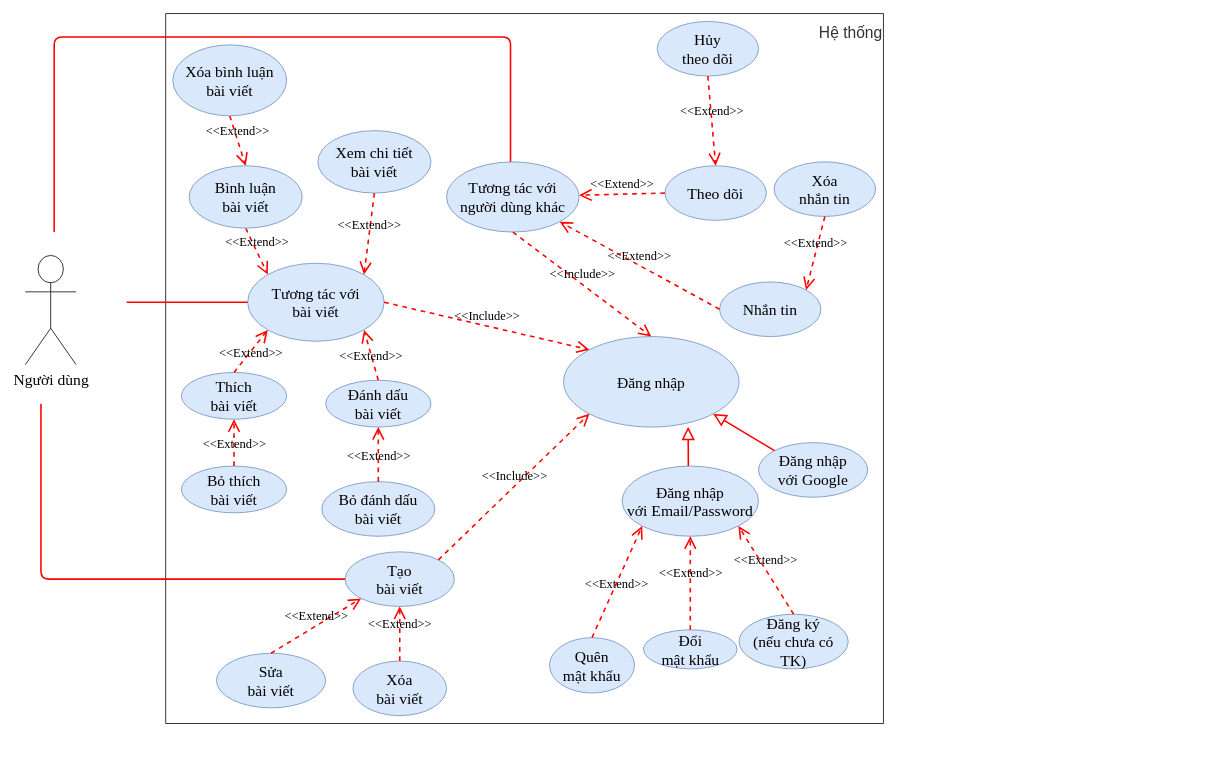
Above: page "UseCase" (2 of 24) of SoDo.drawio in haota1307/project-twitter (draw.io), before the change. Source tidied: cells renumbered, new cells numbered last; positions are measured from the earlier drawing's top-left corner, leaving out a move shared by most shapes. Both pictures are drawn from the tidied source at 78%, with x=0, y=0 at pixel (25, 13).
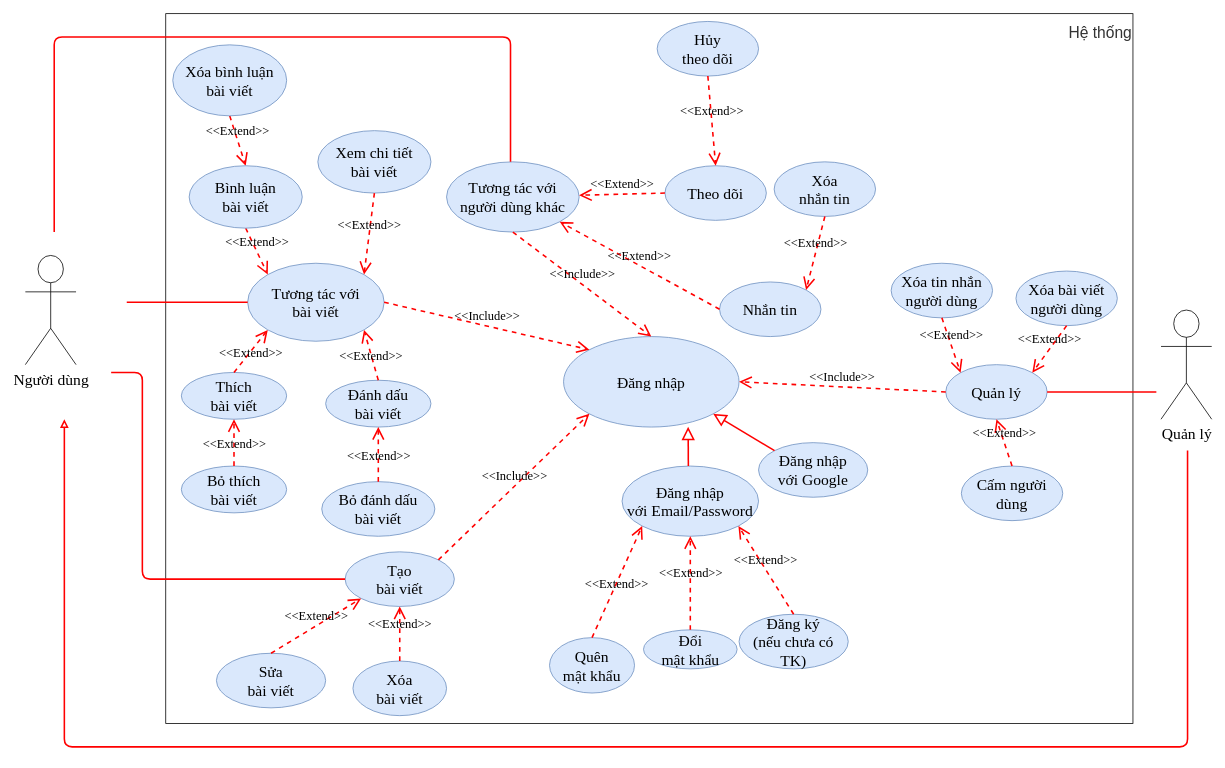
After the change.

The change refers to these unchanged cells:
```xml
<mxCell id="4" value="&lt;font style=&quot;font-size: 20px;&quot; color=&quot;#000000&quot;&gt;Tạo&lt;br&gt;bài viết&lt;/font&gt;" style="ellipse;whiteSpace=wrap;html=1;fontFamily=Times New Roman;fillColor=#dae8fc;strokeColor=#6c8ebf;" parent="1" vertex="1">
  <mxGeometry x="410" y="690" width="140" height="70" as="geometry" />
</mxCell>
<mxCell id="5" value="&lt;font style=&quot;font-size: 20px;&quot;&gt;Đăng nhập&lt;/font&gt;" style="ellipse;whiteSpace=wrap;html=1;fontFamily=Times New Roman;fillColor=#dae8fc;strokeColor=#6c8ebf;fontColor=#000000;" parent="1" vertex="1">
  <mxGeometry x="690" y="414" width="225" height="116" as="geometry" />
</mxCell>
```

Diff of the diagram source:
```diff
@@
     <mxCell id="2" value="&lt;p style=&quot;line-height: 100%;&quot;&gt;&lt;font style=&quot;font-size: 20px;&quot; color=&quot;#333333&quot;&gt;Hệ thống&lt;/font&gt;&lt;/p&gt;" style="html=1;fillColor=#FFFFFF;align=right;verticalAlign=top;horizontal=1;strokeColor=#000000;" parent="1" vertex="1">
-      <mxGeometry x="180" width="920" height="910" as="geometry" />
+      <mxGeometry x="180" width="1240" height="910" as="geometry" />
     </mxCell>
@@
     <mxCell id="6" style="endArrow=none;html=1;edgeStyle=orthogonalEdgeStyle;fontFamily=Times New Roman;fontSize=20;fontColor=#000000;strokeColor=#FF0000;strokeWidth=2;entryX=0;entryY=0.5;entryDx=0;entryDy=0;" parent="1" edge="1" target="4">
       <mxGeometry relative="1" as="geometry">
-        <mxPoint x="20" y="500" as="sourcePoint" />
+        <mxPoint x="110" y="460" as="sourcePoint" />
         <Array as="points">
-          <mxPoint x="20" y="725" />
+          <mxPoint x="150" y="460" />
+          <mxPoint x="150" y="725" />
         </Array>
       </mxGeometry>
     </mxCell>
@@
+    <mxCell id="50" value="&lt;font face=&quot;Times New Roman&quot;&gt;Quản lý&lt;/font&gt;" style="shape=umlActor;verticalLabelPosition=bottom;verticalAlign=top;html=1;hachureGap=4;strokeColor=#000000;fontFamily=Architects Daughter;fontSize=20;fontColor=#000000;fillColor=none;" parent="1" vertex="1">
+      <mxGeometry x="1456" y="380" width="65" height="140" as="geometry" />
+    </mxCell>
+    <mxCell id="51" style="endArrow=block;html=1;edgeStyle=orthogonalEdgeStyle;fontFamily=Times New Roman;fontSize=20;fontColor=#000000;strokeColor=#FF0000;strokeWidth=2;endFill=0;startSize=12;" parent="1" edge="1">
+      <mxGeometry relative="1" as="geometry">
+        <mxPoint x="1490" y="560" as="sourcePoint" />
+        <mxPoint x="50" y="520" as="targetPoint" />
+        <Array as="points">
+          <mxPoint x="1490" y="560" />
+          <mxPoint x="1490" y="940" />
+          <mxPoint x="50" y="940" />
+        </Array>
+      </mxGeometry>
+    </mxCell>
+    <mxCell id="52" value="&lt;font color=&quot;#000000&quot;&gt;&lt;span style=&quot;font-size: 20px;&quot;&gt;Quản lý&lt;br&gt;&lt;/span&gt;&lt;/font&gt;" style="ellipse;whiteSpace=wrap;html=1;fontFamily=Times New Roman;fillColor=#dae8fc;strokeColor=#6c8ebf;" parent="1" vertex="1">
+      <mxGeometry x="1180" y="450" width="130" height="70" as="geometry" />
+    </mxCell>
+    <mxCell id="53" value="&lt;font style=&quot;font-size: 16px;&quot;&gt;&amp;lt;&amp;lt;Include&amp;gt;&amp;gt;&lt;/font&gt;" style="endArrow=open;endSize=12;dashed=1;html=1;labelBackgroundColor=none;strokeColor=#FF0000;strokeWidth=2;fontFamily=Times New Roman;fontSize=20;fontColor=none;verticalAlign=bottom;exitX=0;exitY=0.5;exitDx=0;exitDy=0;entryX=1;entryY=0.5;entryDx=0;entryDy=0;" parent="1" edge="1" source="52" target="5">
+      <mxGeometry relative="1" as="geometry" />
+    </mxCell>
+    <mxCell id="54" style="endArrow=none;html=1;edgeStyle=orthogonalEdgeStyle;fontFamily=Times New Roman;fontSize=20;fontColor=#000000;strokeColor=#FF0000;strokeWidth=2;entryX=1;entryY=0.5;entryDx=0;entryDy=0;" parent="1" edge="1" target="52">
+      <mxGeometry relative="1" as="geometry">
+        <mxPoint x="1450" y="485" as="sourcePoint" />
+        <Array as="points">
+          <mxPoint x="1450" y="485" />
+        </Array>
+      </mxGeometry>
+    </mxCell>
+    <mxCell id="55" value="&lt;font color=&quot;#000000&quot;&gt;&lt;span style=&quot;font-size: 20px;&quot;&gt;Xóa tin nhắn&lt;br&gt;người dùng&lt;br&gt;&lt;/span&gt;&lt;/font&gt;" style="ellipse;whiteSpace=wrap;html=1;fontFamily=Times New Roman;fillColor=#dae8fc;strokeColor=#6c8ebf;" parent="1" vertex="1">
+      <mxGeometry x="1110" y="320" width="130" height="70" as="geometry" />
+    </mxCell>
+    <mxCell id="56" value="&lt;font color=&quot;#000000&quot;&gt;&lt;span style=&quot;font-size: 20px;&quot;&gt;Xóa bài viết&lt;br&gt;người dùng&lt;br&gt;&lt;/span&gt;&lt;/font&gt;" style="ellipse;whiteSpace=wrap;html=1;fontFamily=Times New Roman;fillColor=#dae8fc;strokeColor=#6c8ebf;" parent="1" vertex="1">
+      <mxGeometry x="1270" y="330" width="130" height="70" as="geometry" />
+    </mxCell>
+    <mxCell id="57" value="&lt;font color=&quot;#000000&quot;&gt;&lt;span style=&quot;font-size: 20px;&quot;&gt;Cấm người dùng&lt;br&gt;&lt;/span&gt;&lt;/font&gt;" style="ellipse;whiteSpace=wrap;html=1;fontFamily=Times New Roman;fillColor=#dae8fc;strokeColor=#6c8ebf;" parent="1" vertex="1">
+      <mxGeometry x="1200" y="580" width="130" height="70" as="geometry" />
+    </mxCell>
+    <mxCell id="58" value="&lt;font style=&quot;font-size: 16px;&quot;&gt;&amp;lt;&amp;lt;Extend&amp;gt;&amp;gt;&lt;/font&gt;" style="endArrow=open;endSize=12;dashed=1;html=1;labelBackgroundColor=none;strokeColor=#FF0000;strokeWidth=2;fontFamily=Times New Roman;fontSize=20;fontColor=none;verticalAlign=bottom;exitX=0.5;exitY=0;exitDx=0;exitDy=0;entryX=0.5;entryY=1;entryDx=0;entryDy=0;" parent="1" edge="1" source="57" target="52">
+      <mxGeometry relative="1" as="geometry" />
+    </mxCell>
+    <mxCell id="59" value="&lt;font style=&quot;font-size: 16px;&quot;&gt;&amp;lt;&amp;lt;Extend&amp;gt;&amp;gt;&lt;/font&gt;" style="endArrow=open;endSize=12;dashed=1;html=1;labelBackgroundColor=none;strokeColor=#FF0000;strokeWidth=2;fontFamily=Times New Roman;fontSize=20;fontColor=none;verticalAlign=bottom;exitX=0.5;exitY=1;exitDx=0;exitDy=0;entryX=1;entryY=0;entryDx=0;entryDy=0;" parent="1" edge="1" source="56" target="52">
+      <mxGeometry relative="1" as="geometry" />
+    </mxCell>
+    <mxCell id="60" value="&lt;font style=&quot;font-size: 16px;&quot;&gt;&amp;lt;&amp;lt;Extend&amp;gt;&amp;gt;&lt;/font&gt;" style="endArrow=open;endSize=12;dashed=1;html=1;labelBackgroundColor=none;strokeColor=#FF0000;strokeWidth=2;fontFamily=Times New Roman;fontSize=20;fontColor=none;verticalAlign=bottom;exitX=0.5;exitY=1;exitDx=0;exitDy=0;entryX=0;entryY=0;entryDx=0;entryDy=0;" parent="1" edge="1" source="55" target="52">
+      <mxGeometry relative="1" as="geometry" />
+    </mxCell>
```
